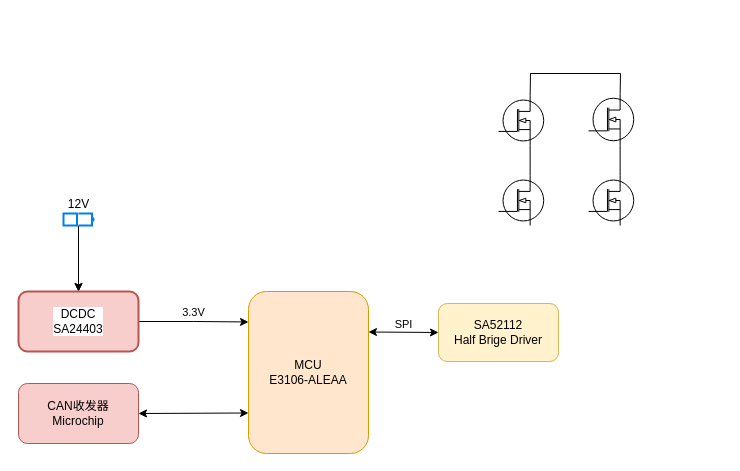
Above: 未命名绘图.drawio in Fakerlr/Fakerlr (draw.io), before the change. Source tidied: cells renumbered, new cells numbered last; positions are measured from the earlier drawing's top-left corner, leaving out a move shared by most shapes. Both pictures are drawn from the tidied source at 100%, with x=0, y=0 at pixel (18, 73).
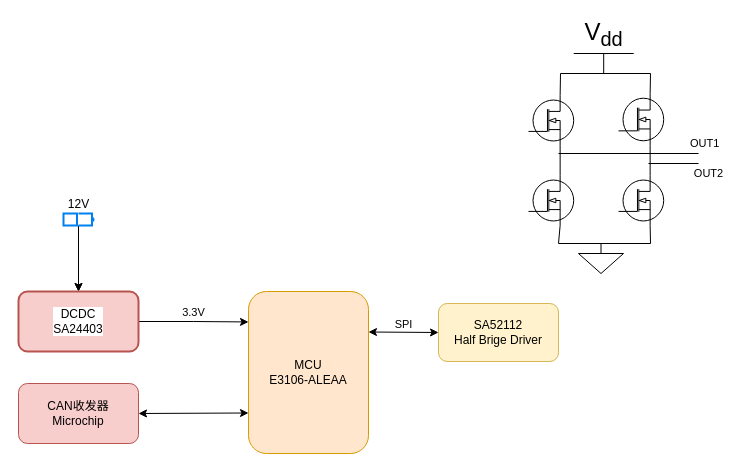
After the change.

Commit message:
更新未命名绘图.drawio

What changed in the source:
```diff
@@
     <mxCell id="13" style="verticalLabelPosition=bottom;shadow=0;dashed=0;align=center;html=1;verticalAlign=top;shape=mxgraph.electrical.mosfets1.n-channel_mosfet_1;" parent="1" vertex="1">
-      <mxGeometry x="480" y="22" width="45.2" height="50" as="geometry" />
+      <mxGeometry x="510" y="22" width="45.2" height="50" as="geometry" />
     </mxCell>
     <mxCell id="14" style="verticalLabelPosition=bottom;shadow=0;dashed=0;align=center;html=1;verticalAlign=top;shape=mxgraph.electrical.mosfets1.n-channel_mosfet_1;" parent="1" vertex="1">
-      <mxGeometry x="480" y="102" width="45.2" height="50" as="geometry" />
+      <mxGeometry x="510" y="102" width="45.2" height="50" as="geometry" />
     </mxCell>
     <mxCell id="15" style="verticalLabelPosition=bottom;shadow=0;dashed=0;align=center;html=1;verticalAlign=top;shape=mxgraph.electrical.mosfets1.n-channel_mosfet_1;" parent="1" vertex="1">
-      <mxGeometry x="570" y="20" width="45.2" height="52" as="geometry" />
+      <mxGeometry x="600" y="20" width="45.2" height="52" as="geometry" />
     </mxCell>
     <mxCell id="16" style="verticalLabelPosition=bottom;shadow=0;dashed=0;align=center;html=1;verticalAlign=top;shape=mxgraph.electrical.mosfets1.n-channel_mosfet_1;" parent="1" vertex="1">
-      <mxGeometry x="570" y="102" width="45.2" height="50" as="geometry" />
+      <mxGeometry x="600" y="102" width="45.2" height="50" as="geometry" />
     </mxCell>
@@
     <mxCell id="19" style="endArrow=none;html=1;rounded=0;exitX=0.7;exitY=0;exitDx=0;exitDy=0;exitPerimeter=0;entryX=0.7;entryY=0;entryDx=0;entryDy=0;entryPerimeter=0;" parent="1" edge="1" source="13" target="15">
       <mxGeometry relative="1" as="geometry">
         <Array as="points">
-          <mxPoint x="512" />
-          <mxPoint x="602" />
+          <mxPoint x="542" />
+          <mxPoint x="632" />
         </Array>
       </mxGeometry>
     </mxCell>
+    <mxCell id="20" style="endArrow=none;html=1;rounded=0;entryX=0.7;entryY=1;entryDx=0;entryDy=0;entryPerimeter=0;exitX=0.7;exitY=1;exitDx=0;exitDy=0;exitPerimeter=0;" parent="1" edge="1" source="14" target="16">
+      <mxGeometry relative="1" as="geometry">
+        <Array as="points">
+          <mxPoint x="540" y="170" />
+          <mxPoint x="632" y="170" />
+        </Array>
+      </mxGeometry>
+    </mxCell>
+    <mxCell id="21" style="verticalLabelPosition=bottom;shadow=0;dashed=0;align=center;html=1;verticalAlign=top;shape=mxgraph.electrical.signal_sources.signal_ground;" parent="1" vertex="1">
+      <mxGeometry x="560" y="170" width="45" height="30" as="geometry" />
+    </mxCell>
+    <mxCell id="22" value="V&lt;sub&gt;dd&lt;/sub&gt;" style="verticalLabelPosition=top;verticalAlign=bottom;shape=mxgraph.electrical.signal_sources.vdd;shadow=0;dashed=0;align=center;strokeWidth=1;fontSize=24;html=1;flipV=1;" parent="1" vertex="1">
+      <mxGeometry x="555.2" y="-20" width="60" height="20" as="geometry" />
+    </mxCell>
+    <mxCell id="23" value="&lt;div style=&quot;&quot;&gt;OUT1&lt;/div&gt;" style="endArrow=none;html=1;rounded=0;align=left;labelPosition=right;verticalLabelPosition=middle;verticalAlign=middle;" parent="1" edge="1">
+      <mxGeometry x="-0.86" y="-10" relative="1" as="geometry">
+        <mxPoint x="680" y="80" as="sourcePoint" />
+        <mxPoint x="540" y="80" as="targetPoint" />
+      </mxGeometry>
+    </mxCell>
+    <mxCell id="24" value="OUT2" style="endArrow=none;html=1;rounded=0;" parent="1" edge="1">
+      <mxGeometry x="-1" y="14" relative="1" as="geometry">
+        <mxPoint x="680" y="90" as="sourcePoint" />
+        <mxPoint x="630" y="90" as="targetPoint" />
+        <mxPoint x="10" y="-4" as="offset" />
+      </mxGeometry>
+    </mxCell>
```
